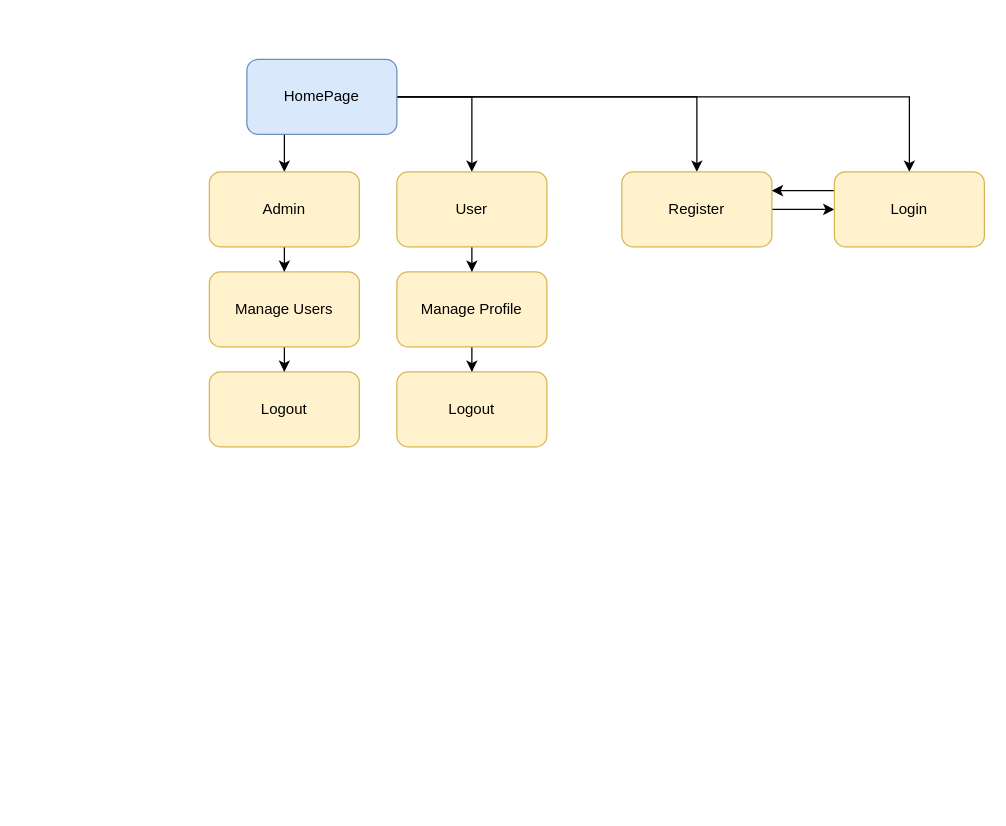
Earlier version of the draw.io diagram Documentation/Diagrams/Sitemap.drawio (RSteinebrunner/LaravelProject). Source tidied: cells renumbered, new cells numbered last; positions are measured from the earlier drawing's top-left corner, leaving out a move shared by most shapes. Both pictures are drawn from the tidied source at 125%, with x=0, y=0 at pixel (209, 59).
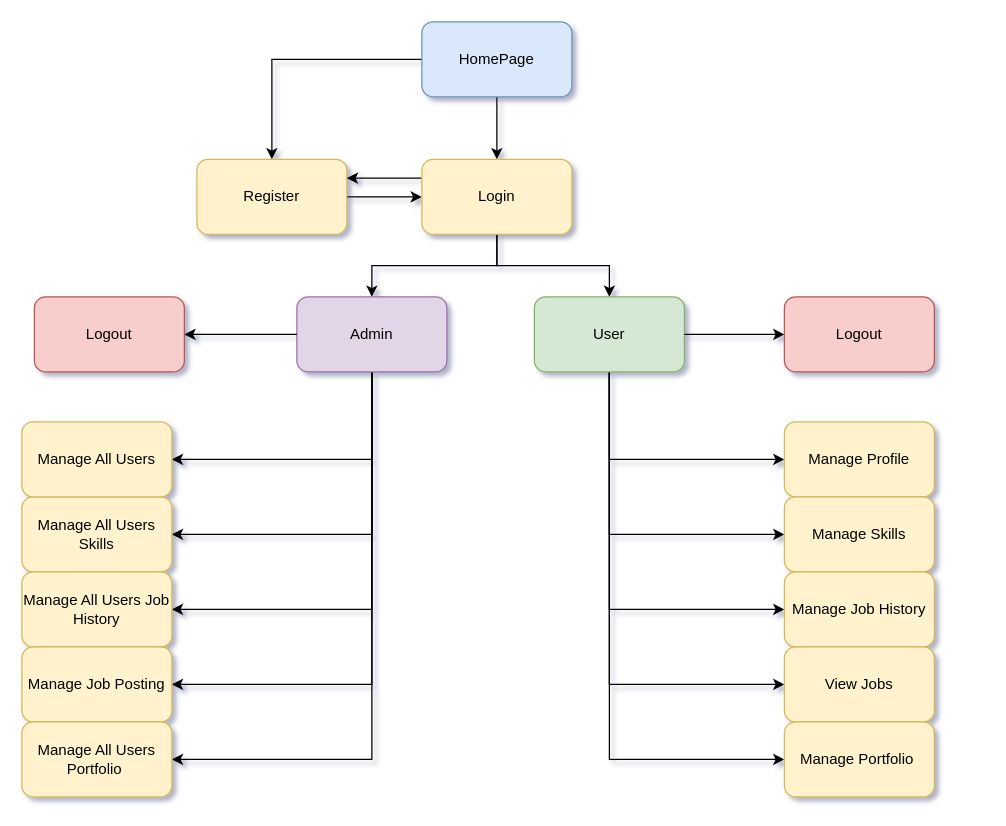
The same diagram, later.

Commit message (it also covers changes not shown here):
DesignReportEdit1&Diagrams

What changed in the source:
```diff
@@
-<mxGraphModel>
+<mxGraphModel shadow="1">
@@
     <mxCell id="2" style="edgeStyle=orthogonalEdgeStyle;rounded=0;jettySize=auto;html=1;entryX=0.5;entryY=0;entryDx=0;entryDy=0;exitX=0;exitY=0.5;exitDx=0;exitDy=0;" parent="1" edge="1" source="6" target="8">
       <mxGeometry relative="1" as="geometry">
         <Array as="points">
-          <mxPoint x="390" y="30" />
+          <mxPoint x="50" />
         </Array>
       </mxGeometry>
     </mxCell>
-    <mxCell id="3" style="edgeStyle=orthogonalEdgeStyle;rounded=0;jettySize=auto;html=1;entryX=0.5;entryY=0;entryDx=0;entryDy=0;exitX=1;exitY=0.5;exitDx=0;exitDy=0;" parent="1" edge="1" source="6" target="10">
+    <mxCell id="3" style="edgeStyle=orthogonalEdgeStyle;rounded=0;jettySize=auto;html=1;entryX=0.5;entryY=0;entryDx=0;entryDy=0;exitX=0.5;exitY=1;exitDx=0;exitDy=0;" parent="1" edge="1" source="6" target="10">
       <mxGeometry relative="1" as="geometry" />
     </mxCell>
-    <mxCell id="4" style="edgeStyle=orthogonalEdgeStyle;rounded=0;jettySize=auto;html=1;entryX=0.5;entryY=0;entryDx=0;entryDy=0;" parent="1" edge="1" source="6" target="12">
-      <mxGeometry relative="1" as="geometry">
-        <Array as="points">
-          <mxPoint x="210" y="30" />
-        </Array>
-      </mxGeometry>
-    </mxCell>
-    <mxCell id="5" style="edgeStyle=orthogonalEdgeStyle;rounded=0;jettySize=auto;html=1;exitX=0.25;exitY=1;exitDx=0;exitDy=0;entryX=0.5;entryY=0;entryDx=0;entryDy=0;" parent="1" edge="1" source="6" target="14">
-      <mxGeometry relative="1" as="geometry" />
-    </mxCell>
     <mxCell id="6" value="HomePage" style="rounded=1;whiteSpace=wrap;html=1;fillColor=#dae8fc;strokeColor=#6c8ebf;" parent="1" vertex="1">
-      <mxGeometry x="30" width="120" height="60" as="geometry" />
+      <mxGeometry x="170" y="-30" width="120" height="60" as="geometry" />
     </mxCell>
@@
     <mxCell id="8" value="Register" style="rounded=1;whiteSpace=wrap;html=1;fillColor=#fff2cc;strokeColor=#d6b656;" parent="1" vertex="1">
-      <mxGeometry x="330" y="90" width="120" height="60" as="geometry" />
+      <mxGeometry x="-10" y="80" width="120" height="60" as="geometry" />
     </mxCell>
@@
+    <mxCell id="21" style="edgeStyle=orthogonalEdgeStyle;rounded=0;jettySize=auto;html=1;" parent="1" edge="1" source="10" target="12">
+      <mxGeometry relative="1" as="geometry" />
+    </mxCell>
+    <mxCell id="22" style="edgeStyle=orthogonalEdgeStyle;rounded=0;jettySize=auto;html=1;entryX=0.5;entryY=0;entryDx=0;entryDy=0;" parent="1" edge="1" source="10" target="14">
+      <mxGeometry relative="1" as="geometry" />
+    </mxCell>
     <mxCell id="10" value="Login" style="rounded=1;whiteSpace=wrap;html=1;fillColor=#fff2cc;strokeColor=#d6b656;" parent="1" vertex="1">
-      <mxGeometry x="500" y="90" width="120" height="60" as="geometry" />
+      <mxGeometry x="170" y="80" width="120" height="60" as="geometry" />
     </mxCell>
-    <mxCell id="11" style="edgeStyle=orthogonalEdgeStyle;rounded=0;jettySize=auto;html=1;" parent="1" edge="1" source="12" target="19">
+    <mxCell id="11" style="edgeStyle=orthogonalEdgeStyle;rounded=0;jettySize=auto;html=1;exitX=0.5;exitY=1;exitDx=0;exitDy=0;entryX=0;entryY=0.5;entryDx=0;entryDy=0;" parent="1" edge="1" source="12" target="19">
       <mxGeometry relative="1" as="geometry" />
     </mxCell>
+    <mxCell id="23" style="edgeStyle=orthogonalEdgeStyle;rounded=0;jettySize=auto;html=1;entryX=0;entryY=0.5;entryDx=0;entryDy=0;" parent="1" edge="1" source="12" target="34">
+      <mxGeometry relative="1" as="geometry">
+        <Array as="points">
+          <mxPoint x="320" y="380" />
+        </Array>
+      </mxGeometry>
+    </mxCell>
+    <mxCell id="24" style="edgeStyle=orthogonalEdgeStyle;rounded=0;jettySize=auto;html=1;entryX=0;entryY=0.5;entryDx=0;entryDy=0;" parent="1" edge="1" source="12" target="35">
+      <mxGeometry relative="1" as="geometry">
+        <Array as="points">
+          <mxPoint x="320" y="440" />
+        </Array>
+      </mxGeometry>
+    </mxCell>
+    <mxCell id="25" style="edgeStyle=orthogonalEdgeStyle;rounded=0;jettySize=auto;html=1;entryX=0;entryY=0.5;entryDx=0;entryDy=0;" parent="1" edge="1" source="12" target="36">
+      <mxGeometry relative="1" as="geometry">
+        <Array as="points">
+          <mxPoint x="320" y="500" />
+        </Array>
+      </mxGeometry>
+    </mxCell>
+    <mxCell id="26" style="edgeStyle=orthogonalEdgeStyle;rounded=0;jettySize=auto;html=1;entryX=0;entryY=0.5;entryDx=0;entryDy=0;" parent="1" edge="1" source="12" target="37">
+      <mxGeometry relative="1" as="geometry">
+        <Array as="points">
+          <mxPoint x="320" y="560" />
+        </Array>
+      </mxGeometry>
+    </mxCell>
-    <mxCell id="12" value="User" style="rounded=1;whiteSpace=wrap;html=1;fillColor=#fff2cc;strokeColor=#d6b656;" parent="1" vertex="1">
-      <mxGeometry x="150" y="90" width="120" height="60" as="geometry" />
+    <mxCell id="12" value="User" style="rounded=1;whiteSpace=wrap;html=1;fillColor=#d5e8d4;strokeColor=#82b366;" parent="1" vertex="1">
+      <mxGeometry x="260" y="190" width="120" height="60" as="geometry" />
     </mxCell>
-    <mxCell id="13" style="edgeStyle=orthogonalEdgeStyle;rounded=0;jettySize=auto;html=1;" parent="1" edge="1" source="14" target="16">
-      <mxGeometry relative="1" as="geometry" />
+    <mxCell id="13" style="edgeStyle=orthogonalEdgeStyle;rounded=0;jettySize=auto;html=1;exitX=0.5;exitY=1;exitDx=0;exitDy=0;entryX=1;entryY=0.5;entryDx=0;entryDy=0;" parent="1" edge="1" source="14" target="16">
+      <mxGeometry relative="1" as="geometry">
+        <Array as="points">
+          <mxPoint x="130" y="320" />
+        </Array>
+      </mxGeometry>
     </mxCell>
+    <mxCell id="27" style="edgeStyle=orthogonalEdgeStyle;rounded=0;jettySize=auto;html=1;entryX=1;entryY=0.5;entryDx=0;entryDy=0;" parent="1" edge="1" source="14" target="31">
+      <mxGeometry relative="1" as="geometry">
+        <Array as="points">
+          <mxPoint x="130" y="380" />
+        </Array>
+      </mxGeometry>
+    </mxCell>
+    <mxCell id="28" style="edgeStyle=orthogonalEdgeStyle;rounded=0;jettySize=auto;html=1;entryX=1;entryY=0.5;entryDx=0;entryDy=0;" parent="1" edge="1" source="14" target="32">
+      <mxGeometry relative="1" as="geometry">
+        <Array as="points">
+          <mxPoint x="130" y="440" />
+        </Array>
+      </mxGeometry>
+    </mxCell>
+    <mxCell id="29" style="edgeStyle=orthogonalEdgeStyle;rounded=0;jettySize=auto;html=1;entryX=1;entryY=0.5;entryDx=0;entryDy=0;" parent="1" edge="1" source="14" target="33">
+      <mxGeometry relative="1" as="geometry">
+        <Array as="points">
+          <mxPoint x="130" y="500" />
+        </Array>
+      </mxGeometry>
+    </mxCell>
+    <mxCell id="30" style="edgeStyle=orthogonalEdgeStyle;rounded=0;jettySize=auto;html=1;entryX=1;entryY=0.5;entryDx=0;entryDy=0;" parent="1" edge="1" source="14" target="38">
+      <mxGeometry relative="1" as="geometry">
+        <Array as="points">
+          <mxPoint x="130" y="560" />
+        </Array>
+      </mxGeometry>
+    </mxCell>
-    <mxCell id="14" value="Admin" style="rounded=1;whiteSpace=wrap;html=1;fillColor=#fff2cc;strokeColor=#d6b656;" parent="1" vertex="1">
-      <mxGeometry y="90" width="120" height="60" as="geometry" />
+    <mxCell id="14" value="Admin" style="rounded=1;whiteSpace=wrap;html=1;fillColor=#e1d5e7;strokeColor=#9673a6;" parent="1" vertex="1">
+      <mxGeometry x="70" y="190" width="120" height="60" as="geometry" />
     </mxCell>
-    <mxCell id="15" style="edgeStyle=orthogonalEdgeStyle;rounded=0;jettySize=auto;html=1;" parent="1" edge="1" source="16" target="17">
+    <mxCell id="15" style="edgeStyle=orthogonalEdgeStyle;rounded=0;jettySize=auto;html=1;exitX=0;exitY=0.5;exitDx=0;exitDy=0;" parent="1" edge="1" source="14" target="17">
       <mxGeometry relative="1" as="geometry" />
     </mxCell>
-    <mxCell id="16" value="Manage Users" style="rounded=1;whiteSpace=wrap;html=1;fillColor=#fff2cc;strokeColor=#d6b656;" parent="1" vertex="1">
-      <mxGeometry y="170" width="120" height="60" as="geometry" />
-    </mxCell>
-    <mxCell id="17" value="Logout" style="rounded=1;whiteSpace=wrap;html=1;fillColor=#fff2cc;strokeColor=#d6b656;" parent="1" vertex="1">
-      <mxGeometry y="250" width="120" height="60" as="geometry" />
+    <mxCell id="17" value="Logout" style="rounded=1;whiteSpace=wrap;html=1;fillColor=#f8cecc;strokeColor=#b85450;" parent="1" vertex="1">
+      <mxGeometry x="-140" y="190" width="120" height="60" as="geometry" />
     </mxCell>
-    <mxCell id="18" style="edgeStyle=orthogonalEdgeStyle;rounded=0;jettySize=auto;html=1;" parent="1" edge="1" source="19" target="20">
+    <mxCell id="18" style="edgeStyle=orthogonalEdgeStyle;rounded=0;jettySize=auto;html=1;exitX=1;exitY=0.5;exitDx=0;exitDy=0;" parent="1" edge="1" source="12" target="20">
       <mxGeometry relative="1" as="geometry" />
     </mxCell>
     <mxCell id="19" value="Manage Profile" style="rounded=1;whiteSpace=wrap;html=1;fillColor=#fff2cc;strokeColor=#d6b656;" parent="1" vertex="1">
-      <mxGeometry x="150" y="170" width="120" height="60" as="geometry" />
+      <mxGeometry x="460" y="290" width="120" height="60" as="geometry" />
     </mxCell>
-    <mxCell id="20" value="Logout" style="rounded=1;whiteSpace=wrap;html=1;fillColor=#fff2cc;strokeColor=#d6b656;" parent="1" vertex="1">
-      <mxGeometry x="150" y="250" width="120" height="60" as="geometry" />
+    <mxCell id="20" value="Logout" style="rounded=1;whiteSpace=wrap;html=1;fillColor=#f8cecc;strokeColor=#b85450;" parent="1" vertex="1">
+      <mxGeometry x="460" y="190" width="120" height="60" as="geometry" />
     </mxCell>
+    <mxCell id="31" value="Manage All Users Skills" style="rounded=1;whiteSpace=wrap;html=1;fillColor=#fff2cc;strokeColor=#d6b656;" parent="1" vertex="1">
+      <mxGeometry x="-150" y="350" width="120" height="60" as="geometry" />
+    </mxCell>
+    <mxCell id="16" value="Manage All Users" style="rounded=1;whiteSpace=wrap;html=1;fillColor=#fff2cc;strokeColor=#d6b656;" parent="1" vertex="1">
+      <mxGeometry x="-150" y="290" width="120" height="60" as="geometry" />
+    </mxCell>
+    <mxCell id="32" value="Manage All Users Job History" style="rounded=1;whiteSpace=wrap;html=1;fillColor=#fff2cc;strokeColor=#d6b656;" parent="1" vertex="1">
+      <mxGeometry x="-150" y="410" width="120" height="60" as="geometry" />
+    </mxCell>
+    <mxCell id="33" value="Manage Job Posting" style="rounded=1;whiteSpace=wrap;html=1;fillColor=#fff2cc;strokeColor=#d6b656;" parent="1" vertex="1">
+      <mxGeometry x="-150" y="470" width="120" height="60" as="geometry" />
+    </mxCell>
+    <mxCell id="34" value="Manage Skills" style="rounded=1;whiteSpace=wrap;html=1;fillColor=#fff2cc;strokeColor=#d6b656;" parent="1" vertex="1">
+      <mxGeometry x="460" y="350" width="120" height="60" as="geometry" />
+    </mxCell>
+    <mxCell id="35" value="Manage Job History" style="rounded=1;whiteSpace=wrap;html=1;fillColor=#fff2cc;strokeColor=#d6b656;" parent="1" vertex="1">
+      <mxGeometry x="460" y="410" width="120" height="60" as="geometry" />
+    </mxCell>
+    <mxCell id="36" value="View Jobs" style="rounded=1;whiteSpace=wrap;html=1;fillColor=#fff2cc;strokeColor=#d6b656;" parent="1" vertex="1">
+      <mxGeometry x="460" y="470" width="120" height="60" as="geometry" />
+    </mxCell>
+    <mxCell id="37" value="Manage Portfolio&amp;nbsp;" style="rounded=1;whiteSpace=wrap;html=1;fillColor=#fff2cc;strokeColor=#d6b656;" parent="1" vertex="1">
+      <mxGeometry x="460" y="530" width="120" height="60" as="geometry" />
+    </mxCell>
+    <mxCell id="38" value="Manage All Users Portfolio&amp;nbsp;" style="rounded=1;whiteSpace=wrap;html=1;fillColor=#fff2cc;strokeColor=#d6b656;" parent="1" vertex="1">
+      <mxGeometry x="-150" y="530" width="120" height="60" as="geometry" />
+    </mxCell>
```
